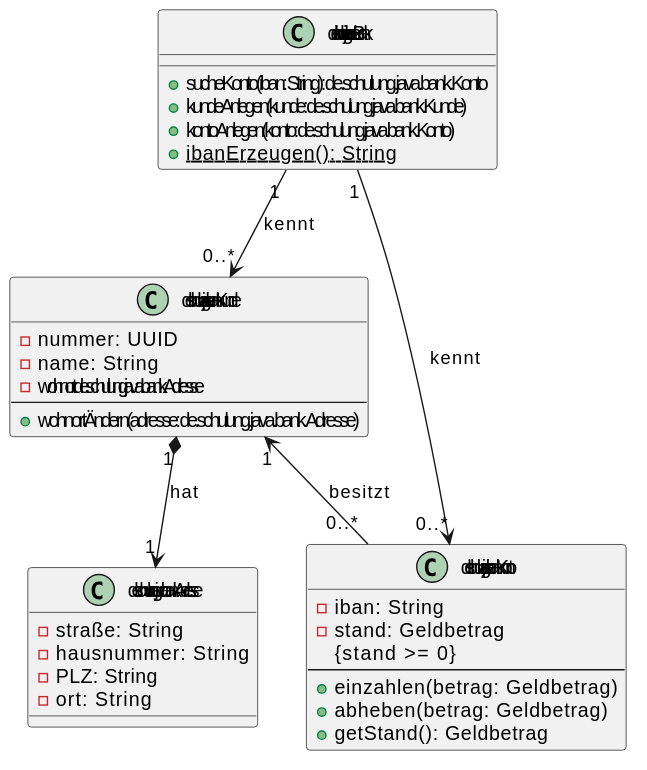
ueberfuhr-trainings/java-grundlagen-2026-10-05 keeps this PlantUML diagram as docs/bank_1.svg. Above is the earlier version.
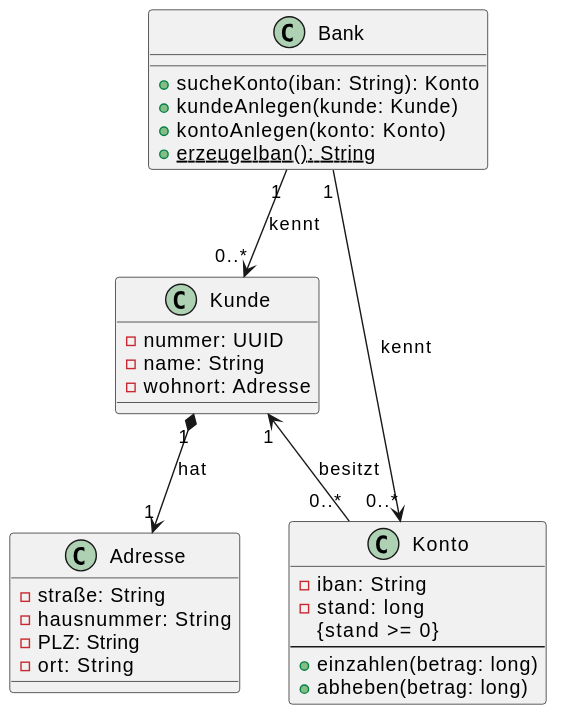
The same diagram one commit later.

Commit message:
Aktualisiere Diagramm

Change to the diagram source:
```diff
@@ -3,25 +3,22 @@
     +sucheKonto(iban: String): Konto
     +kundeAnlegen(kunde: Kunde)
     +kontoAnlegen(konto: Konto)
-    {static} +ibanErzeugen(): String
+    {static} +erzeugeIban(): String
 }
 
 class Kunde {
     -nummer: UUID
     -name: String
     -wohnort: Adresse
-    --
-    +wohnortÄndern(adresse: Adresse)
 }
 
 class Konto {
     -iban: String
-    -stand: Geldbetrag
+    -stand: long
     {stand >= 0}
     --
-    +einzahlen(betrag: Geldbetrag)
-    +abheben(betrag: Geldbetrag)
-    +getStand(): Geldbetrag
+    +einzahlen(betrag: long)
+    +abheben(betrag: long)
 }
 
 class Adresse {
```
